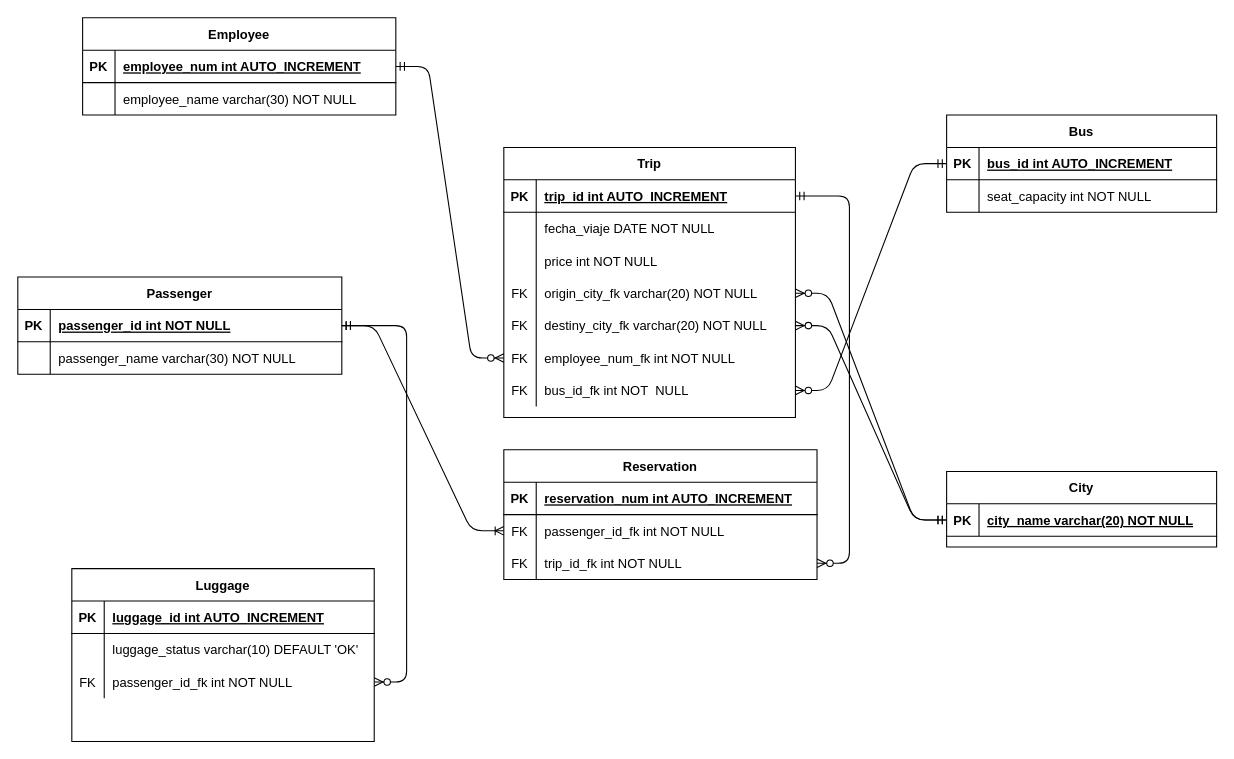
This is TripRelationalDataBase.drawio from Santiagitk10/Trips, a draw.io file, before an edit. Source tidied: cells renumbered, new cells numbered last; positions are measured from the earlier drawing's top-left corner, leaving out a move shared by most shapes. Both pictures are drawn from the tidied source at 108%, with x=0, y=0 at pixel (17, 17).
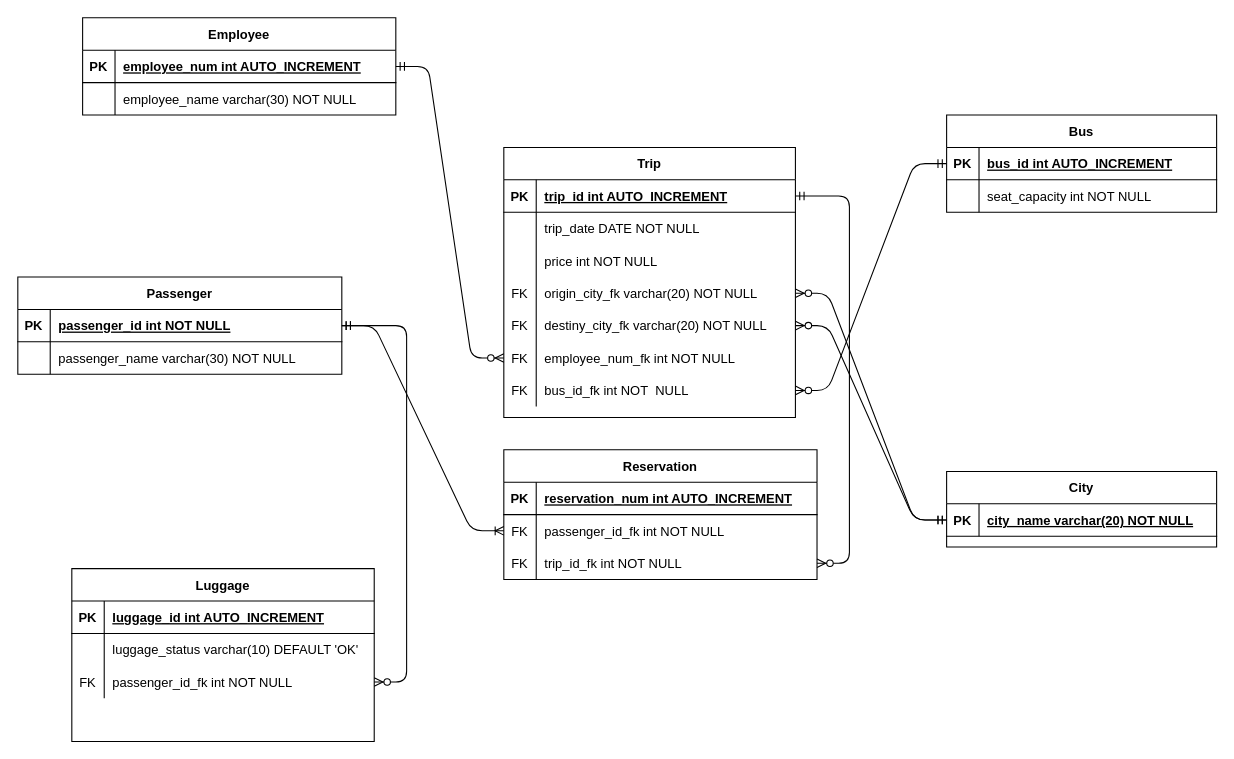
The same page after the edit.

Unchanged cells that the change refers to:
```xml
<mxCell id="58" style="shape=partialRectangle;fillColor=none;top=0;left=0;bottom=0;right=0;" parent="54" vertex="1">
  <mxGeometry y="60" width="270" height="30" as="geometry" />
</mxCell>
```

Diff of the diagram source:
```diff
@@
-    <mxCell id="60" value="fecha_viaje DATE NOT NULL" style="shape=partialRectangle;fillColor=none;top=0;left=0;bottom=0;right=0;align=left;spacingLeft=6;overflow=hidden;" parent="58" vertex="1">
+    <mxCell id="60" value="trip_date DATE NOT NULL" style="shape=partialRectangle;fillColor=none;top=0;left=0;bottom=0;right=0;align=left;spacingLeft=6;overflow=hidden;" parent="58" vertex="1">
       <mxGeometry x="30" width="240" height="30" as="geometry" />
     </mxCell>
```
